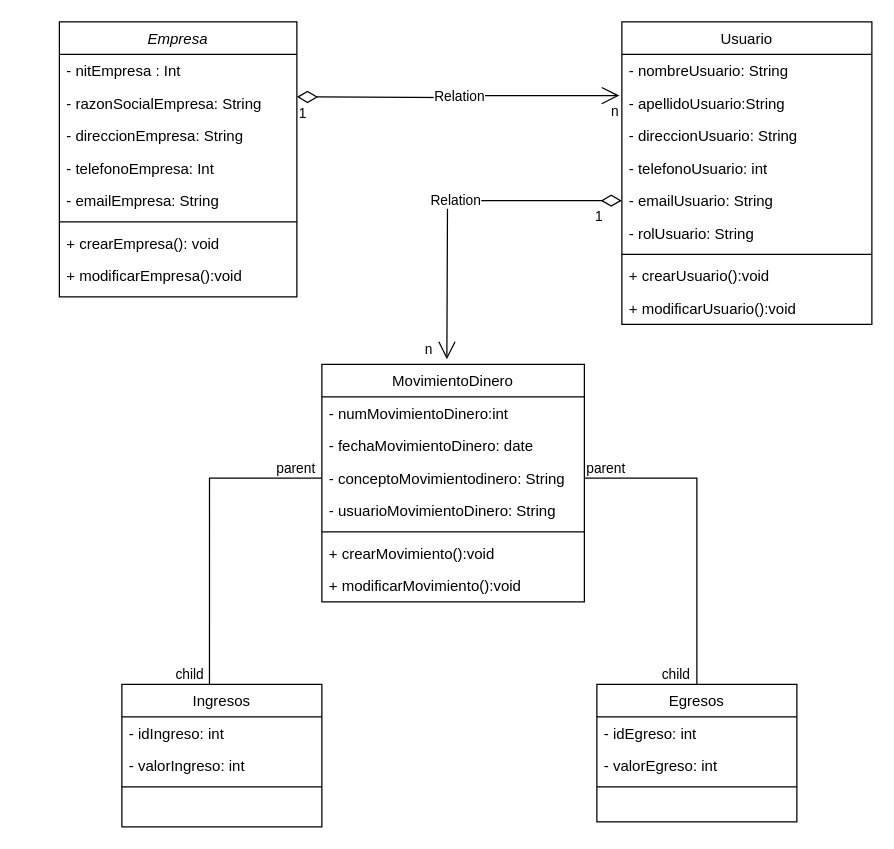
Before: UML_CLASES_PROYECTO.drawio in DataSoft202212/MinTic2022, a draw.io diagram. Source tidied: cells renumbered, new cells numbered last; positions are measured from the earlier drawing's top-left corner, leaving out a move shared by most shapes. Both pictures are drawn from the tidied source at 125%, with x=0, y=0 at pixel (59, 21).
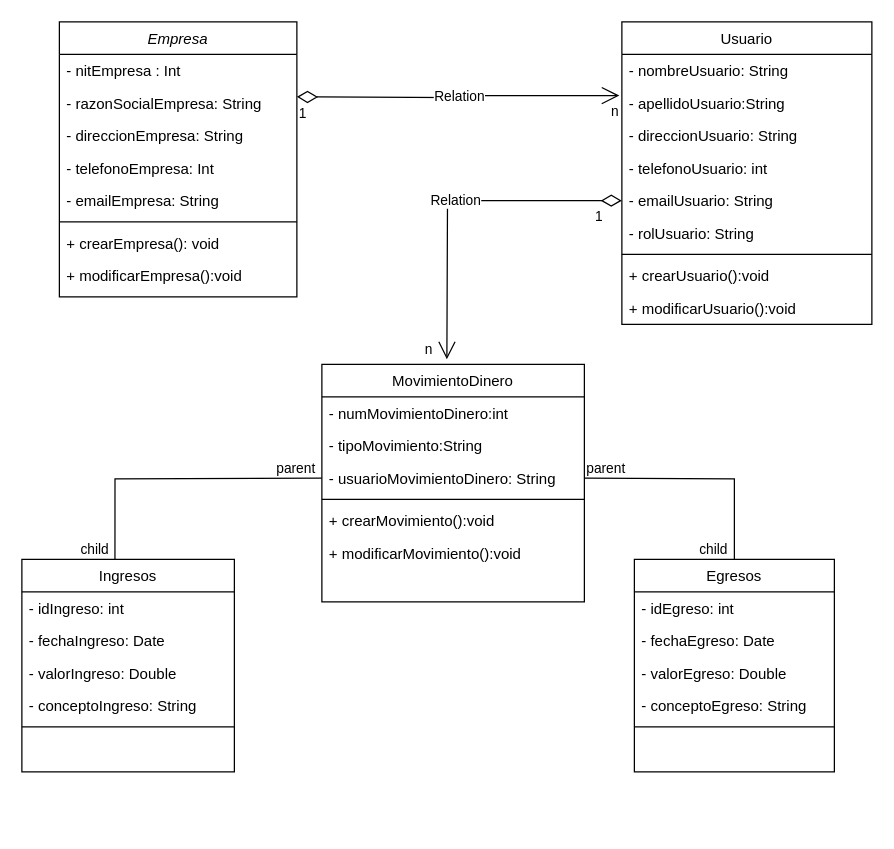
After the change.

The change refers to these unchanged cells:
```xml
<mxCell id="25" value="MovimientoDinero" style="swimlane;fontStyle=0;align=center;verticalAlign=top;horizontal=1;startSize=26;rounded=0;shadow=0;strokeWidth=1;" parent="1" vertex="1">
  <mxGeometry x="210" y="274" width="210" height="190" as="geometry" />
</mxCell>
```

What changed in the source:
```diff
@@
     <mxCell id="11" value="Ingresos" style="swimlane;fontStyle=0;align=center;verticalAlign=top;horizontal=1;startSize=26;rounded=0;shadow=0;strokeWidth=1;" parent="1" vertex="1">
-      <mxGeometry x="50" y="530" width="160" height="114" as="geometry" />
+      <mxGeometry x="-30" y="430" width="170" height="170" as="geometry" />
     </mxCell>
     <mxCell id="12" value="- idIngreso: int" style="text;align=left;verticalAlign=top;spacingLeft=4;spacingRight=4;overflow=hidden;" parent="11" vertex="1">
-      <mxGeometry y="26" width="160" height="26" as="geometry" />
+      <mxGeometry y="26" width="170" height="26" as="geometry" />
     </mxCell>
+    <mxCell id="49" value="- fechaIngreso: Date" style="text;align=left;verticalAlign=top;spacingLeft=4;spacingRight=4;overflow=hidden;" parent="11" vertex="1">
+      <mxGeometry y="52" width="170" height="26" as="geometry" />
+    </mxCell>
-    <mxCell id="13" value="- valorIngreso: int" style="text;align=left;verticalAlign=top;spacingLeft=4;spacingRight=4;overflow=hidden;rounded=0;shadow=0;html=0;" parent="11" vertex="1">
-      <mxGeometry y="52" width="160" height="26" as="geometry" />
+    <mxCell id="13" value="- valorIngreso: Double" style="text;align=left;verticalAlign=top;spacingLeft=4;spacingRight=4;overflow=hidden;rounded=0;shadow=0;html=0;" parent="11" vertex="1">
+      <mxGeometry y="78" width="170" height="26" as="geometry" />
     </mxCell>
+    <mxCell id="50" value="- conceptoIngreso: String" style="text;align=left;verticalAlign=top;spacingLeft=4;spacingRight=4;overflow=hidden;rounded=0;shadow=0;html=0;" parent="11" vertex="1">
+      <mxGeometry y="104" width="170" height="26" as="geometry" />
+    </mxCell>
     <mxCell id="14" style="line;html=1;strokeWidth=1;align=left;verticalAlign=middle;spacingTop=-1;spacingLeft=3;spacingRight=3;labelPosition=right;" parent="11" vertex="1">
-      <mxGeometry y="78" width="160" height="8" as="geometry" />
+      <mxGeometry y="130" width="170" height="8" as="geometry" />
     </mxCell>
@@
-    <mxCell id="27" value="- fechaMovimientoDinero: date" style="text;align=left;verticalAlign=top;spacingLeft=4;spacingRight=4;overflow=hidden;" parent="25" vertex="1">
+    <mxCell id="27" value="- tipoMovimiento:String" style="text;align=left;verticalAlign=top;spacingLeft=4;spacingRight=4;overflow=hidden;" parent="25" vertex="1">
       <mxGeometry y="52" width="210" height="26" as="geometry" />
     </mxCell>
-    <mxCell id="28" value="- conceptoMovimientodinero: String" style="text;align=left;verticalAlign=top;spacingLeft=4;spacingRight=4;overflow=hidden;points=[[0,0.5],[1,0.5]];portConstraint=eastwest;rounded=0;shadow=0;html=0;" parent="25" vertex="1">
-      <mxGeometry y="78" width="210" height="26" as="geometry" />
-    </mxCell>
     <mxCell id="29" value="- usuarioMovimientoDinero: String" style="text;align=left;verticalAlign=top;spacingLeft=4;spacingRight=4;overflow=hidden;rounded=0;shadow=0;html=0;" parent="25" vertex="1">
-      <mxGeometry y="104" width="210" height="26" as="geometry" />
+      <mxGeometry y="78" width="210" height="26" as="geometry" />
     </mxCell>
     <mxCell id="30" style="line;html=1;strokeWidth=1;align=left;verticalAlign=middle;spacingTop=-1;spacingLeft=3;spacingRight=3;labelPosition=right;" parent="25" vertex="1">
-      <mxGeometry y="130" width="210" height="8" as="geometry" />
+      <mxGeometry y="104" width="210" height="8" as="geometry" />
     </mxCell>
     <mxCell id="31" value="+ crearMovimiento():void" style="text;align=left;verticalAlign=top;spacingLeft=4;spacingRight=4;overflow=hidden;" parent="25" vertex="1">
-      <mxGeometry y="138" width="210" height="26" as="geometry" />
+      <mxGeometry y="112" width="210" height="26" as="geometry" />
     </mxCell>
     <mxCell id="32" value="+ modificarMovimiento():void" style="text;align=left;verticalAlign=top;spacingLeft=4;spacingRight=4;overflow=hidden;" parent="25" vertex="1">
-      <mxGeometry y="164" width="210" height="26" as="geometry" />
+      <mxGeometry y="138" width="210" height="26" as="geometry" />
     </mxCell>
     <mxCell id="33" value="Egresos" style="swimlane;fontStyle=0;align=center;verticalAlign=top;horizontal=1;startSize=26;rounded=0;shadow=0;strokeWidth=1;" parent="1" vertex="1">
-      <mxGeometry x="430" y="530" width="160" height="110" as="geometry" />
+      <mxGeometry x="460" y="430" width="160" height="170" as="geometry" />
     </mxCell>
@@
-    <mxCell id="35" value="- valorEgreso: int" style="text;align=left;verticalAlign=top;spacingLeft=4;spacingRight=4;overflow=hidden;rounded=0;shadow=0;html=0;" parent="33" vertex="1">
-      <mxGeometry y="52" width="160" height="26" as="geometry" />
-    </mxCell>
+    <mxCell id="51" value="- fechaEgreso: Date" style="text;align=left;verticalAlign=top;spacingLeft=4;spacingRight=4;overflow=hidden;" parent="33" vertex="1">
+      <mxGeometry y="52" width="160" height="26" as="geometry" />
+    </mxCell>
+    <mxCell id="52" value="- valorEgreso: Double" style="text;align=left;verticalAlign=top;spacingLeft=4;spacingRight=4;overflow=hidden;rounded=0;shadow=0;html=0;" parent="33" vertex="1">
+      <mxGeometry y="78" width="160" height="26" as="geometry" />
+    </mxCell>
+    <mxCell id="53" value="- conceptoEgreso: String" style="text;align=left;verticalAlign=top;spacingLeft=4;spacingRight=4;overflow=hidden;rounded=0;shadow=0;html=0;" parent="33" vertex="1">
+      <mxGeometry y="104" width="160" height="26" as="geometry" />
+    </mxCell>
     <mxCell id="36" style="line;html=1;strokeWidth=1;align=left;verticalAlign=middle;spacingTop=-1;spacingLeft=3;spacingRight=3;labelPosition=right;" parent="33" vertex="1">
-      <mxGeometry y="78" width="160" height="8" as="geometry" />
+      <mxGeometry y="130" width="160" height="8" as="geometry" />
     </mxCell>
@@
-    <mxCell id="43" style="endArrow=none;html=1;edgeStyle=orthogonalEdgeStyle;rounded=0;exitX=0;exitY=0.5;exitDx=0;exitDy=0;entryX=0.438;entryY=0;entryDx=0;entryDy=0;entryPerimeter=0;" parent="1" edge="1" source="28" target="11">
-      <mxGeometry relative="1" as="geometry" />
+    <mxCell id="43" style="endArrow=none;html=1;edgeStyle=orthogonalEdgeStyle;rounded=0;exitX=0;exitY=0.5;exitDx=0;exitDy=0;entryX=0.438;entryY=0;entryDx=0;entryDy=0;entryPerimeter=0;" parent="1" edge="1" target="11">
+      <mxGeometry relative="1" as="geometry">
+        <mxPoint x="210" y="365" as="sourcePoint" />
+      </mxGeometry>
     </mxCell>
@@
-    <mxCell id="46" style="endArrow=none;html=1;edgeStyle=orthogonalEdgeStyle;rounded=0;exitX=1;exitY=0.5;exitDx=0;exitDy=0;entryX=0.5;entryY=0;entryDx=0;entryDy=0;" parent="1" edge="1" source="28" target="33">
-      <mxGeometry relative="1" as="geometry" />
+    <mxCell id="46" style="endArrow=none;html=1;edgeStyle=orthogonalEdgeStyle;rounded=0;exitX=1;exitY=0.5;exitDx=0;exitDy=0;entryX=0.5;entryY=0;entryDx=0;entryDy=0;" parent="1" edge="1" target="33">
+      <mxGeometry relative="1" as="geometry">
+        <mxPoint x="420" y="365" as="sourcePoint" />
+      </mxGeometry>
     </mxCell>
```
